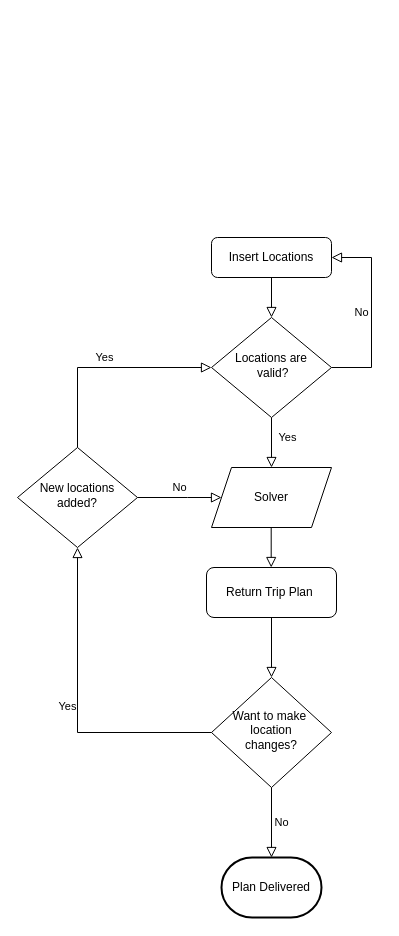
Above: Activity_Diagram.drawio in AyalR-git/FinalProject (draw.io), before the change. Source tidied: cells renumbered, new cells numbered last; positions are measured from the earlier drawing's top-left corner, leaving out a move shared by most shapes. Both pictures are drawn from the tidied source at 100%, with x=0, y=0 at pixel (17, 237).
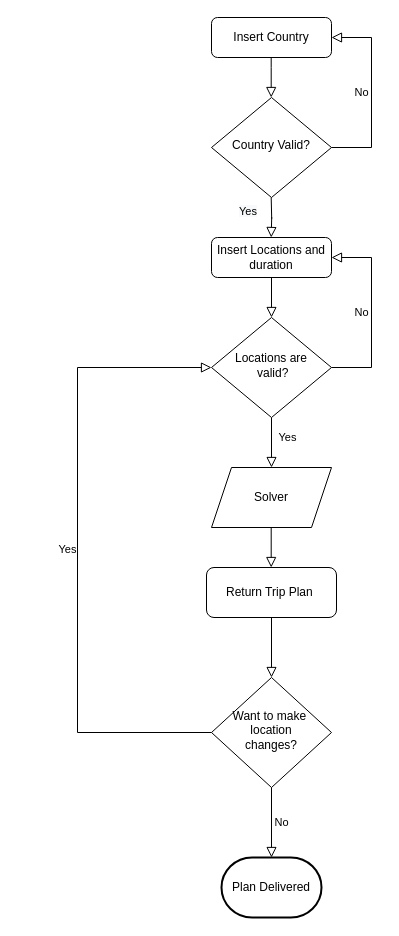
Above is the later version.

Commit message (it also covers changes not shown here):
[Updates] app and diagrams update

The change refers to these unchanged cells:
```xml
<mxCell id="6" value="Locations are&lt;br&gt;&amp;nbsp;valid?" style="rhombus;whiteSpace=wrap;html=1;shadow=0;fontFamily=Helvetica;fontSize=12;align=center;strokeWidth=1;spacing=6;spacingTop=-4;" parent="1" vertex="1">
  <mxGeometry x="194" y="80" width="120" height="100" as="geometry" />
</mxCell>
<mxCell id="8" value="Solver" style="shape=parallelogram;perimeter=parallelogramPerimeter;whiteSpace=wrap;html=1;fixedSize=1;" parent="1" vertex="1">
  <mxGeometry x="194" y="230" width="120" height="60" as="geometry" />
</mxCell>
<mxCell id="10" value="Want to make&amp;nbsp;&lt;br&gt;location &lt;br&gt;changes?" style="rhombus;whiteSpace=wrap;html=1;shadow=0;fontFamily=Helvetica;fontSize=12;align=center;strokeWidth=1;spacing=6;spacingTop=-4;" parent="1" vertex="1">
  <mxGeometry x="194" y="440" width="120" height="110" as="geometry" />
</mxCell>
```

What changed in the source:
```diff
@@
-    <mxCell id="3" value="Insert Locations" style="rounded=1;whiteSpace=wrap;html=1;fontSize=12;glass=0;strokeWidth=1;shadow=0;" parent="1" vertex="1">
+    <mxCell id="3" value="Insert Locations and duration" style="rounded=1;whiteSpace=wrap;html=1;fontSize=12;glass=0;strokeWidth=1;shadow=0;" parent="1" vertex="1">
       <mxGeometry x="194" width="120" height="40" as="geometry" />
     </mxCell>
@@
-    <mxCell id="14" value="New locations added?" style="rhombus;whiteSpace=wrap;html=1;shadow=0;fontFamily=Helvetica;fontSize=12;align=center;strokeWidth=1;spacing=6;spacingTop=-4;" parent="1" vertex="1">
-      <mxGeometry y="210" width="120" height="100" as="geometry" />
-    </mxCell>
-    <mxCell id="15" value="Yes" style="edgeStyle=orthogonalEdgeStyle;rounded=0;html=1;jettySize=auto;fontSize=11;endArrow=block;endFill=0;endSize=8;strokeWidth=1;shadow=0;labelBackgroundColor=none;entryX=0.5;entryY=1;entryDx=0;entryDy=0;exitX=0;exitY=0.5;exitDx=0;exitDy=0;entryPerimeter=0;" parent="1" edge="1" source="10" target="14">
+    <mxCell id="15" value="Yes" style="edgeStyle=orthogonalEdgeStyle;rounded=0;html=1;jettySize=auto;fontSize=11;endArrow=block;endFill=0;endSize=8;strokeWidth=1;shadow=0;labelBackgroundColor=none;entryX=0;entryY=0.5;entryDx=0;entryDy=0;exitX=0;exitY=0.5;exitDx=0;exitDy=0;" parent="1" edge="1" source="10" target="6">
       <mxGeometry y="10" relative="1" as="geometry">
         <Array as="points">
           <mxPoint x="60" y="495" />
+          <mxPoint x="60" y="130" />
         </Array>
       </mxGeometry>
     </mxCell>
+    <mxCell id="18" value="Insert Country" style="rounded=1;whiteSpace=wrap;html=1;fontSize=12;glass=0;strokeWidth=1;shadow=0;fontStyle=0;" parent="1" vertex="1">
+      <mxGeometry x="194" y="-220" width="120" height="40" as="geometry" />
+    </mxCell>
+    <mxCell id="19" value="Country Valid?" style="rhombus;whiteSpace=wrap;html=1;shadow=0;fontFamily=Helvetica;fontSize=12;align=center;strokeWidth=1;spacing=6;spacingTop=-4;" parent="1" vertex="1">
+      <mxGeometry x="194" y="-140" width="120" height="100" as="geometry" />
+    </mxCell>
+    <mxCell id="20" style="rounded=0;html=1;jettySize=auto;orthogonalLoop=1;fontSize=11;endArrow=block;endFill=0;endSize=8;strokeWidth=1;shadow=0;labelBackgroundColor=none;edgeStyle=orthogonalEdgeStyle;" parent="1" edge="1">
+      <mxGeometry relative="1" as="geometry">
+        <mxPoint x="253.7" y="-180" as="sourcePoint" />
+        <mxPoint x="253.7" y="-140" as="targetPoint" />
+        <Array as="points">
+          <mxPoint x="253.7" y="-170" />
+          <mxPoint x="253.7" y="-170" />
+        </Array>
+      </mxGeometry>
+    </mxCell>
+    <mxCell id="21" style="rounded=0;html=1;jettySize=auto;orthogonalLoop=1;fontSize=11;endArrow=block;endFill=0;endSize=8;strokeWidth=1;shadow=0;labelBackgroundColor=none;edgeStyle=orthogonalEdgeStyle;" parent="1" edge="1">
+      <mxGeometry relative="1" as="geometry">
+        <mxPoint x="253.7" y="-40" as="sourcePoint" />
+        <mxPoint x="253.7" as="targetPoint" />
+      </mxGeometry>
+    </mxCell>
+    <mxCell id="17" value="&lt;span style=&quot;color: rgb(0, 0, 0); font-family: helvetica; font-size: 11px; font-style: normal; font-weight: 400; letter-spacing: normal; text-align: center; text-indent: 0px; text-transform: none; word-spacing: 0px; background-color: rgb(248, 249, 250); display: inline; float: none;&quot;&gt;Yes&lt;/span&gt;" style="text;whiteSpace=wrap;html=1;" parent="1" vertex="1">
+      <mxGeometry x="220" y="-40" width="40" height="30" as="geometry" />
+    </mxCell>
-    <mxCell id="16" value="No" style="edgeStyle=orthogonalEdgeStyle;rounded=0;html=1;jettySize=auto;fontSize=11;endArrow=block;endFill=0;endSize=8;strokeWidth=1;shadow=0;labelBackgroundColor=none;entryX=0;entryY=0.5;entryDx=0;entryDy=0;exitX=1;exitY=0.5;exitDx=0;exitDy=0;" parent="1" edge="1" source="14" target="8">
+    <mxCell id="16" value="No" style="edgeStyle=orthogonalEdgeStyle;rounded=0;html=1;jettySize=auto;orthogonalLoop=1;fontSize=11;endArrow=block;endFill=0;endSize=8;strokeWidth=1;shadow=0;labelBackgroundColor=none;entryX=1;entryY=0.5;entryDx=0;entryDy=0;" parent="1" edge="1">
       <mxGeometry y="10" relative="1" as="geometry">
+        <mxPoint x="314" y="-90" as="sourcePoint" />
+        <mxPoint x="314" y="-200" as="targetPoint" />
         <Array as="points">
-          <mxPoint x="170" y="260" />
-          <mxPoint x="170" y="260" />
+          <mxPoint x="354" y="-90" />
+          <mxPoint x="354" y="-200" />
         </Array>
       </mxGeometry>
     </mxCell>
-    <mxCell id="17" value="Yes" style="edgeStyle=orthogonalEdgeStyle;rounded=0;html=1;jettySize=auto;fontSize=11;endArrow=block;endFill=0;endSize=8;strokeWidth=1;shadow=0;labelBackgroundColor=none;exitX=0.5;exitY=0;exitDx=0;exitDy=0;entryX=0;entryY=0.5;entryDx=0;entryDy=0;" parent="1" edge="1" source="14" target="6">
-      <mxGeometry y="10" relative="1" as="geometry">
-        <Array as="points">
-          <mxPoint x="60" y="130" />
-        </Array>
-      </mxGeometry>
-    </mxCell>
```
